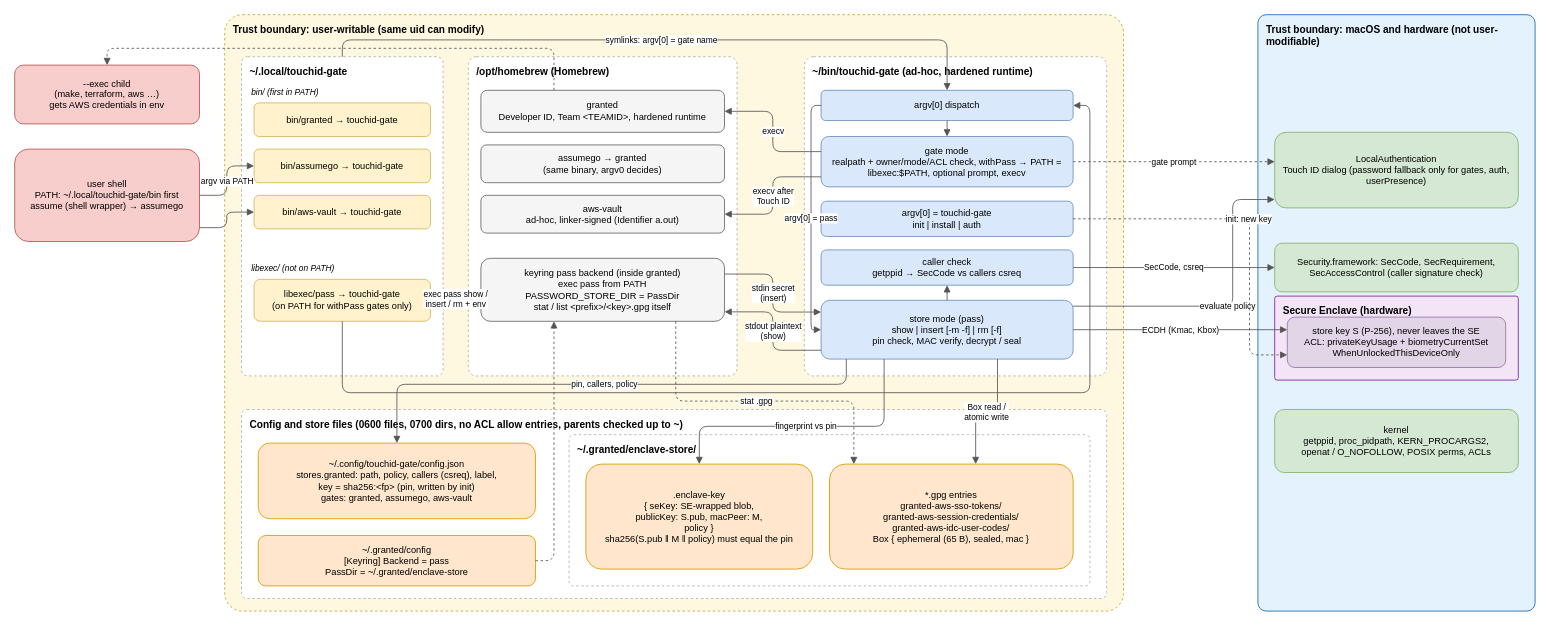
Above: page "Components" (1 of 2) of docs/architecture.drawio in saefty/touchid-gate (draw.io), before the change. Source tidied: cells renumbered, new cells numbered last; positions are measured from the earlier drawing's top-left corner, leaving out a move shared by most shapes. Both pictures are drawn from the tidied source at 84%, with x=0, y=0 at pixel (14, 14).
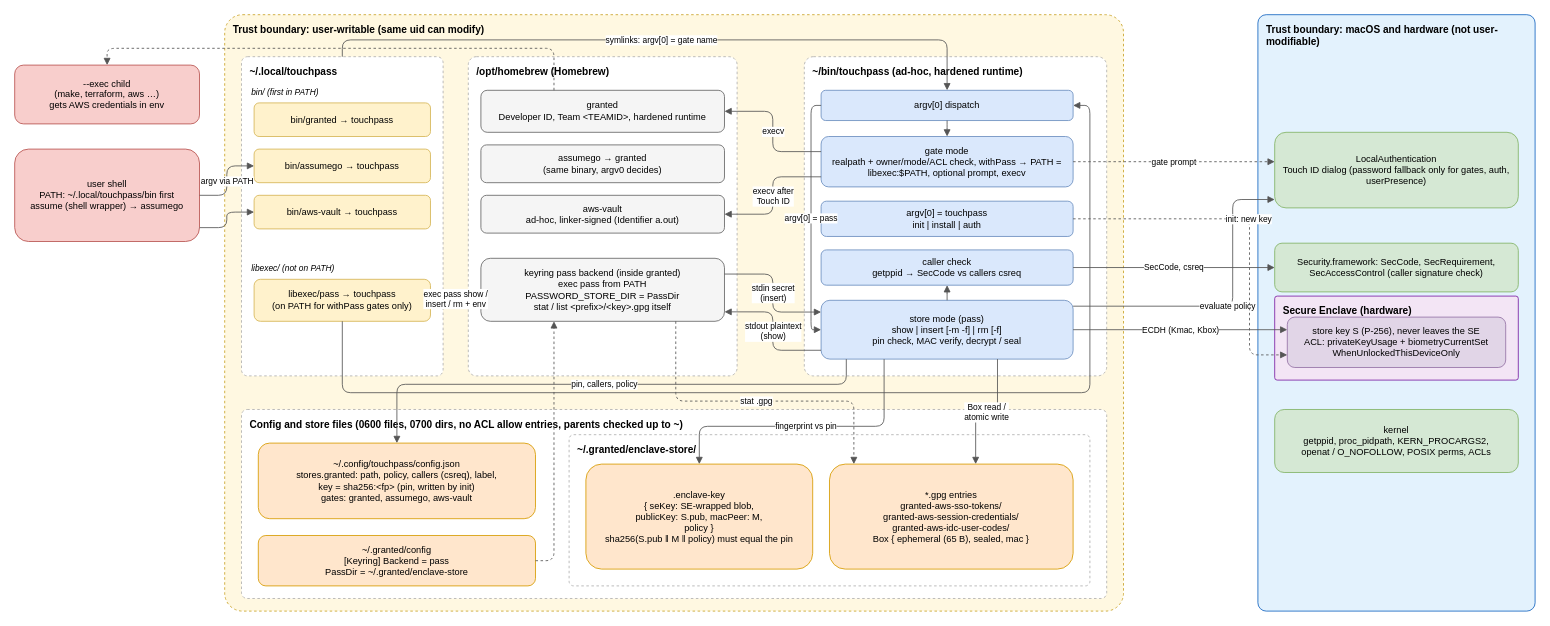
The same page after the edit.

The change refers to these unchanged cells:
```xml
<mxCell id="4" value="Trust boundary: user-writable (same uid can modify)" style="rounded=1;arcSize=3;whiteSpace=wrap;html=1;verticalAlign=top;align=left;spacingLeft=8;spacingTop=4;fontStyle=1;fontSize=12;fillColor=#FFF8E1;strokeColor=#C9A227;dashed=1;" parent="1" vertex="1">
  <mxGeometry x="250" width="1070" height="710" as="geometry" />
</mxCell>
<mxCell id="23" value="Config and store files (0600 files, 0700 dirs, no ACL allow entries, parents checked up to ~)" style="rounded=1;arcSize=3;whiteSpace=wrap;html=1;verticalAlign=top;align=left;spacingLeft=8;spacingTop=4;fontStyle=1;fontSize=12;fillColor=#FFFFFF;strokeColor=#B0B0B0;dashed=1;" parent="4" vertex="1">
  <mxGeometry x="20" y="470" width="1030" height="225" as="geometry" />
</mxCell>
```

Diff of the diagram source:
```diff
@@
-    <mxCell id="3" value="user shell&lt;br&gt;PATH: ~/.local/touchid-gate/bin first&lt;br&gt;assume (shell wrapper) → assumego" style="rounded=1;whiteSpace=wrap;html=1;fontSize=11;fillColor=#F8CECC;strokeColor=#B85450;spacing=4;" parent="1" vertex="1">
+    <mxCell id="3" value="user shell&lt;br&gt;PATH: ~/.local/touchpass/bin first&lt;br&gt;assume (shell wrapper) → assumego" style="rounded=1;whiteSpace=wrap;html=1;fontSize=11;fillColor=#F8CECC;strokeColor=#B85450;spacing=4;" parent="1" vertex="1">
       <mxGeometry y="160" width="220" height="110" as="geometry" />
     </mxCell>
@@
-    <mxCell id="5" value="~/.local/touchid-gate" style="rounded=1;arcSize=3;whiteSpace=wrap;html=1;verticalAlign=top;align=left;spacingLeft=8;spacingTop=4;fontStyle=1;fontSize=12;fillColor=#FFFFFF;strokeColor=#B0B0B0;dashed=1;" parent="4" vertex="1">
+    <mxCell id="5" value="~/.local/touchpass" style="rounded=1;arcSize=3;whiteSpace=wrap;html=1;verticalAlign=top;align=left;spacingLeft=8;spacingTop=4;fontStyle=1;fontSize=12;fillColor=#FFFFFF;strokeColor=#B0B0B0;dashed=1;" parent="4" vertex="1">
       <mxGeometry x="20" y="50" width="240" height="380" as="geometry" />
     </mxCell>
@@
-    <mxCell id="7" value="bin/granted → touchid-gate" style="rounded=1;whiteSpace=wrap;html=1;fontSize=11;fillColor=#FFF2CC;strokeColor=#D6B656;spacing=4;" parent="5" vertex="1">
+    <mxCell id="7" value="bin/granted → touchpass" style="rounded=1;whiteSpace=wrap;html=1;fontSize=11;fillColor=#FFF2CC;strokeColor=#D6B656;spacing=4;" parent="5" vertex="1">
       <mxGeometry x="15" y="55" width="210" height="40" as="geometry" />
     </mxCell>
-    <mxCell id="8" value="bin/assumego → touchid-gate" style="rounded=1;whiteSpace=wrap;html=1;fontSize=11;fillColor=#FFF2CC;strokeColor=#D6B656;spacing=4;" parent="5" vertex="1">
+    <mxCell id="8" value="bin/assumego → touchpass" style="rounded=1;whiteSpace=wrap;html=1;fontSize=11;fillColor=#FFF2CC;strokeColor=#D6B656;spacing=4;" parent="5" vertex="1">
       <mxGeometry x="15" y="110" width="210" height="40" as="geometry" />
     </mxCell>
-    <mxCell id="9" value="bin/aws-vault → touchid-gate" style="rounded=1;whiteSpace=wrap;html=1;fontSize=11;fillColor=#FFF2CC;strokeColor=#D6B656;spacing=4;" parent="5" vertex="1">
+    <mxCell id="9" value="bin/aws-vault → touchpass" style="rounded=1;whiteSpace=wrap;html=1;fontSize=11;fillColor=#FFF2CC;strokeColor=#D6B656;spacing=4;" parent="5" vertex="1">
       <mxGeometry x="15" y="165" width="210" height="40" as="geometry" />
     </mxCell>
@@
-    <mxCell id="11" value="libexec/pass → touchid-gate&lt;br&gt;(on PATH for withPass gates only)" style="rounded=1;whiteSpace=wrap;html=1;fontSize=11;fillColor=#FFF2CC;strokeColor=#D6B656;spacing=4;" parent="5" vertex="1">
+    <mxCell id="11" value="libexec/pass → touchpass&lt;br&gt;(on PATH for withPass gates only)" style="rounded=1;whiteSpace=wrap;html=1;fontSize=11;fillColor=#FFF2CC;strokeColor=#D6B656;spacing=4;" parent="5" vertex="1">
       <mxGeometry x="15" y="265" width="210" height="50" as="geometry" />
     </mxCell>
@@
-    <mxCell id="17" value="~/bin/touchid-gate (ad-hoc, hardened runtime)" style="rounded=1;arcSize=3;whiteSpace=wrap;html=1;verticalAlign=top;align=left;spacingLeft=8;spacingTop=4;fontStyle=1;fontSize=12;fillColor=#FFFFFF;strokeColor=#B0B0B0;dashed=1;" parent="4" vertex="1">
+    <mxCell id="17" value="~/bin/touchpass (ad-hoc, hardened runtime)" style="rounded=1;arcSize=3;whiteSpace=wrap;html=1;verticalAlign=top;align=left;spacingLeft=8;spacingTop=4;fontStyle=1;fontSize=12;fillColor=#FFFFFF;strokeColor=#B0B0B0;dashed=1;" parent="4" vertex="1">
       <mxGeometry x="690" y="50" width="360" height="380" as="geometry" />
     </mxCell>
@@
-    <mxCell id="20" value="argv[0] = touchid-gate&lt;br&gt;init | install | auth" style="rounded=1;whiteSpace=wrap;html=1;fontSize=11;fillColor=#DAE8FC;strokeColor=#6C8EBF;spacing=4;" parent="17" vertex="1">
+    <mxCell id="20" value="argv[0] = touchpass&lt;br&gt;init | install | auth" style="rounded=1;whiteSpace=wrap;html=1;fontSize=11;fillColor=#DAE8FC;strokeColor=#6C8EBF;spacing=4;" parent="17" vertex="1">
       <mxGeometry x="20" y="172" width="300" height="42" as="geometry" />
     </mxCell>
@@
-    <mxCell id="24" value="~/.config/touchid-gate/config.json&lt;br&gt;stores.granted: path, policy, callers (csreq), label,&lt;br&gt;key = sha256:&amp;lt;fp&amp;gt;  (pin, written by init)&lt;br&gt;gates: granted, assumego, aws-vault" style="rounded=1;whiteSpace=wrap;html=1;fontSize=11;fillColor=#FFE6CC;strokeColor=#D79B00;spacing=4;" parent="23" vertex="1">
+    <mxCell id="24" value="~/.config/touchpass/config.json&lt;br&gt;stores.granted: path, policy, callers (csreq), label,&lt;br&gt;key = sha256:&amp;lt;fp&amp;gt;  (pin, written by init)&lt;br&gt;gates: granted, assumego, aws-vault" style="rounded=1;whiteSpace=wrap;html=1;fontSize=11;fillColor=#FFE6CC;strokeColor=#D79B00;spacing=4;" parent="23" vertex="1">
       <mxGeometry x="20" y="40" width="330" height="90" as="geometry" />
     </mxCell>
```
